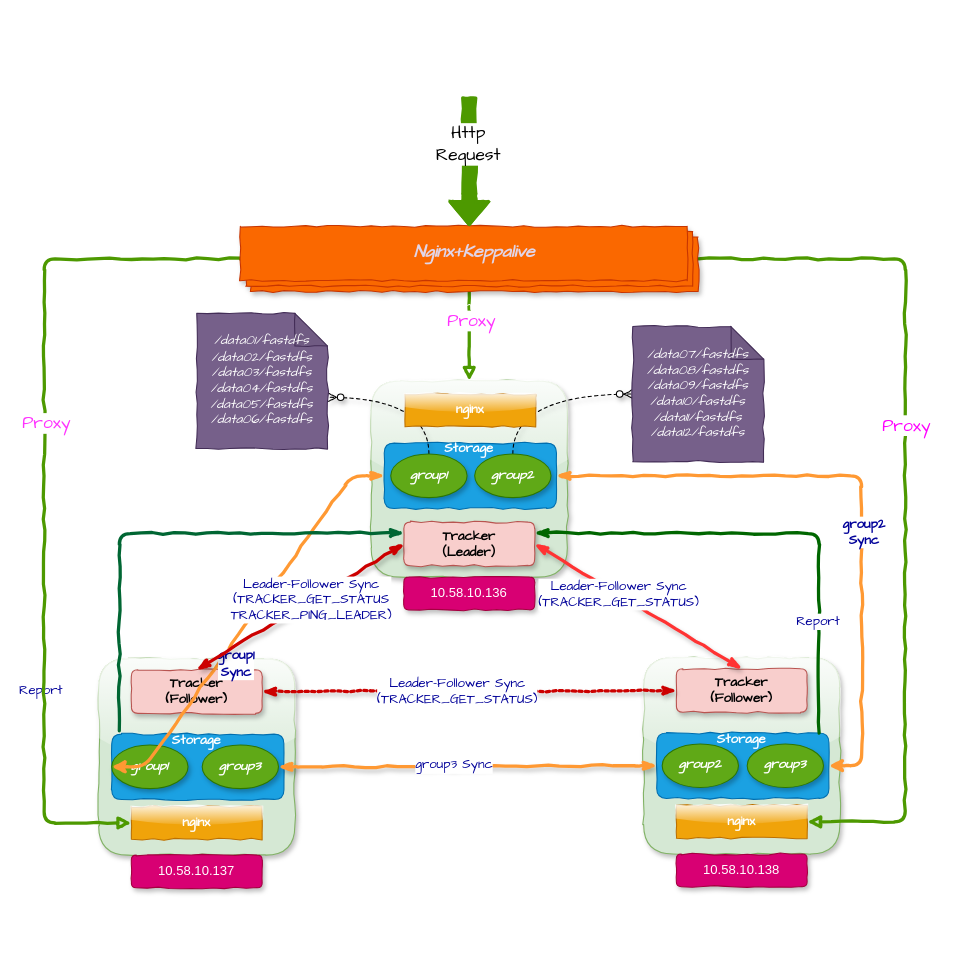
Earlier version of the draw.io diagram 高可用Fastdfs将结构图.drawio (gumuqi/draw.io). Source tidied: cells renumbered, new cells numbered last; positions are measured from the earlier drawing's top-left corner, leaving out a move shared by most shapes. Both pictures are drawn from the tidied source at 109%, with x=0, y=0 at pixel (44, 96).
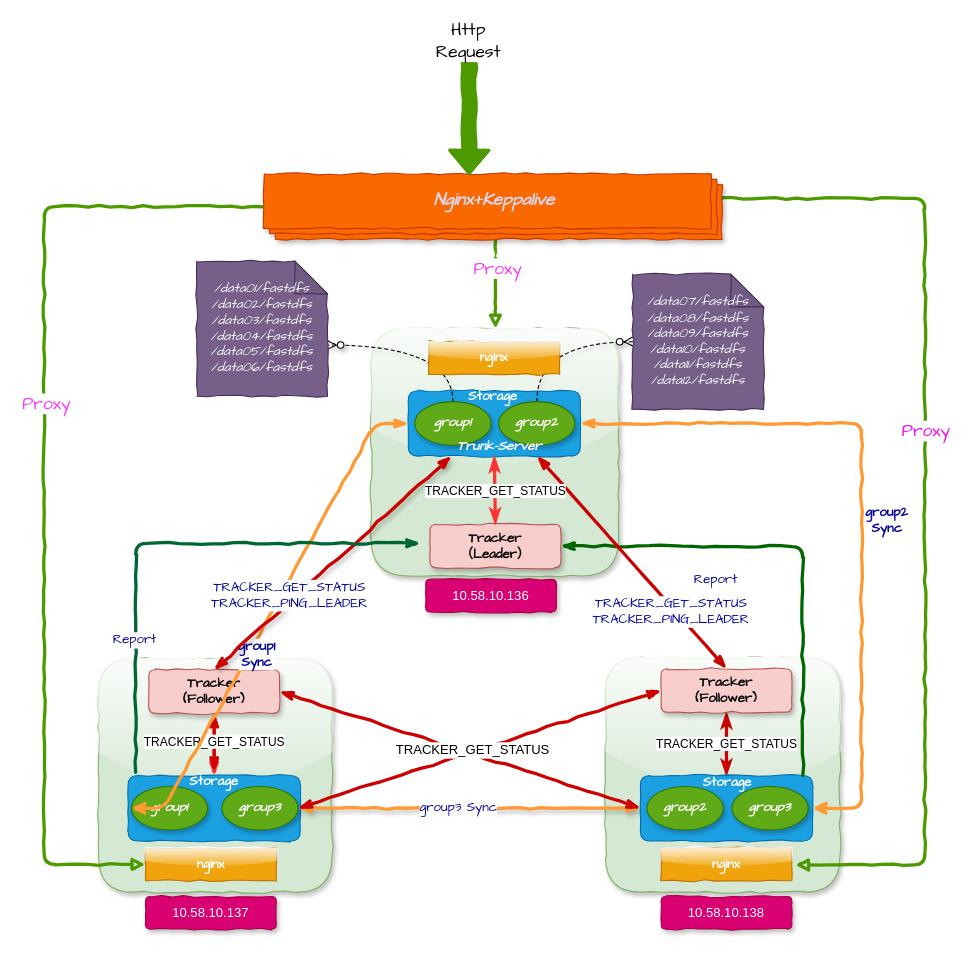
The same page after the edit.

Diff of the diagram source:
```diff
@@
     <mxCell id="2" style="whiteSpace=wrap;html=1;fillColor=#d5e8d4;strokeColor=#82b366;rounded=1;shadow=1;comic=1;glass=1;" parent="1" vertex="1">
-      <mxGeometry x="300" y="261" width="180" height="180" as="geometry" />
+      <mxGeometry x="300" y="213" width="227" height="227" as="geometry" />
     </mxCell>
     <mxCell id="3" style="rounded=1;whiteSpace=wrap;html=1;fillColor=#1ba1e2;strokeColor=#006EAF;fontColor=#ffffff;comic=1;" parent="1" vertex="1">
-      <mxGeometry x="312" y="318" width="158" height="60" as="geometry" />
+      <mxGeometry x="334" y="270" width="158" height="60" as="geometry" />
     </mxCell>
     <mxCell id="4" value="10.58.10.136" style="rounded=1;whiteSpace=wrap;html=1;fillColor=#d80073;strokeColor=#A50040;fontColor=#ffffff;shadow=1;comic=1;" parent="1" vertex="1">
-      <mxGeometry x="330" y="441" width="120" height="30" as="geometry" />
+      <mxGeometry x="350" y="443" width="120" height="30" as="geometry" />
     </mxCell>
     <mxCell id="5" value="Tracker&lt;br&gt;（Leader）&lt;br&gt;" style="rounded=1;whiteSpace=wrap;html=1;fillColor=#f8cecc;strokeColor=#b85450;shadow=1;comic=1;fontStyle=1;fontFamily=Comic Sans MS;" parent="1" vertex="1">
-      <mxGeometry x="330" y="390.5" width="120" height="40" as="geometry" />
+      <mxGeometry x="354" y="392.5" width="120" height="40" as="geometry" />
     </mxCell>
@@
     <mxCell id="7" value="group1" style="ellipse;whiteSpace=wrap;html=1;fillColor=#60a917;strokeColor=#2D7600;fontColor=#ffffff;shadow=1;fontStyle=3;fontFamily=Comic Sans MS;" parent="1" vertex="1">
-      <mxGeometry x="318" y="328" width="70" height="40" as="geometry" />
+      <mxGeometry x="340" y="280" width="70" height="40" as="geometry" />
     </mxCell>
@@
     <mxCell id="9" value="group2" style="ellipse;whiteSpace=wrap;html=1;fillColor=#60a917;strokeColor=#2D7600;fontColor=#ffffff;shadow=1;fontStyle=3;fontFamily=Comic Sans MS;" parent="1" vertex="1">
-      <mxGeometry x="395" y="328" width="70" height="40" as="geometry" />
+      <mxGeometry x="417" y="280" width="70" height="40" as="geometry" />
     </mxCell>
     <mxCell id="10" value="&lt;font color=&quot;#ffffff&quot;&gt;Storage&lt;/font&gt;" style="text;html=1;strokeColor=none;fillColor=none;align=center;verticalAlign=middle;whiteSpace=wrap;rounded=0;fontFamily=Comic Sans MS;fontStyle=1;" parent="1" vertex="1">
-      <mxGeometry x="370" y="314" width="40" height="20" as="geometry" />
+      <mxGeometry x="392" y="266" width="40" height="20" as="geometry" />
     </mxCell>
     <mxCell id="11" value="nginx" style="rounded=0;whiteSpace=wrap;html=1;fillColor=#f0a30a;strokeColor=#BD7000;fontColor=#ffffff;fontFamily=Comic Sans MS;fontStyle=1;comic=1;glass=1;" parent="1" vertex="1">
-      <mxGeometry x="331" y="273" width="120" height="30" as="geometry" />
+      <mxGeometry x="353" y="225" width="120" height="30" as="geometry" />
     </mxCell>
     <mxCell id="12" style="whiteSpace=wrap;html=1;fillColor=#d5e8d4;strokeColor=#82b366;rounded=1;glass=1;shadow=1;comic=1;" parent="1" vertex="1">
-      <mxGeometry x="50" y="516" width="180" height="180" as="geometry" />
+      <mxGeometry x="50" y="516" width="214" height="214" as="geometry" />
     </mxCell>
+    <mxCell id="56" style="edgeStyle=orthogonalEdgeStyle;curved=1;rounded=0;jettySize=auto;html=1;exitX=0.5;exitY=0;exitDx=0;exitDy=0;entryX=0.5;entryY=1;entryDx=0;entryDy=0;shadow=0;comic=1;strokeColor=#FF3333;strokeWidth=3;startArrow=classicThin;startFill=1;endArrow=classicThin;endFill=1;" parent="1" edge="1" source="13" target="15">
+      <mxGeometry relative="1" as="geometry" />
+    </mxCell>
     <mxCell id="13" style="rounded=1;whiteSpace=wrap;html=1;fillColor=#1ba1e2;strokeColor=#006EAF;fontColor=#ffffff;comic=1;" parent="1" vertex="1">
-      <mxGeometry x="62" y="585" width="158" height="60" as="geometry" />
+      <mxGeometry x="77" y="623" width="158" height="60" as="geometry" />
     </mxCell>
     <mxCell id="14" value="10.58.10.137" style="rounded=1;whiteSpace=wrap;html=1;fillColor=#d80073;strokeColor=#A50040;fontColor=#ffffff;comic=1;shadow=1;" parent="1" vertex="1">
-      <mxGeometry x="80" y="696" width="120" height="30" as="geometry" />
+      <mxGeometry x="93" y="734" width="120" height="30" as="geometry" />
     </mxCell>
     <mxCell id="15" value="Tracker&lt;br&gt;(Follower)&lt;br&gt;" style="rounded=1;whiteSpace=wrap;html=1;fillColor=#f8cecc;strokeColor=#b85450;shadow=1;comic=1;portConstraintRotation=1;fontStyle=1;fontFamily=Comic Sans MS;" parent="1" vertex="1">
-      <mxGeometry x="80" y="526" width="120" height="40" as="geometry" />
+      <mxGeometry x="96" y="526" width="120" height="40" as="geometry" />
     </mxCell>
     <mxCell id="16" value="group1" style="ellipse;whiteSpace=wrap;html=1;fillColor=#60a917;strokeColor=#2D7600;fontColor=#ffffff;shadow=1;fontFamily=Comic Sans MS;fontStyle=3;" parent="1" vertex="1">
-      <mxGeometry x="62" y="595" width="70" height="40" as="geometry" />
+      <mxGeometry x="80" y="633" width="70" height="40" as="geometry" />
     </mxCell>
     <mxCell id="17" value="group3" style="ellipse;whiteSpace=wrap;html=1;fillColor=#60a917;strokeColor=#2D7600;fontColor=#ffffff;shadow=1;fontFamily=Comic Sans MS;fontStyle=3;" parent="1" vertex="1">
-      <mxGeometry x="145" y="595" width="70" height="40" as="geometry" />
+      <mxGeometry x="163" y="633" width="70" height="40" as="geometry" />
     </mxCell>
+    <mxCell id="57" value="&lt;span&gt;TRACKER_GET_STATUS&lt;/span&gt;" style="edgeStyle=orthogonalEdgeStyle;curved=1;rounded=0;comic=1;jettySize=auto;html=1;shadow=0;startArrow=classicThin;startFill=1;endArrow=classicThin;endFill=1;strokeColor=#CC0000;strokeWidth=3;" parent="1" edge="1" source="18" target="15">
+      <mxGeometry relative="1" as="geometry" />
+    </mxCell>
     <mxCell id="18" value="&lt;font color=&quot;#ffffff&quot;&gt;Storage&lt;/font&gt;" style="text;html=1;strokeColor=none;fillColor=none;align=center;verticalAlign=middle;whiteSpace=wrap;rounded=0;fontFamily=Comic Sans MS;fontStyle=1;" parent="1" vertex="1">
-      <mxGeometry x="120" y="582" width="40" height="20" as="geometry" />
+      <mxGeometry x="136" y="619" width="40" height="20" as="geometry" />
     </mxCell>
     <mxCell id="19" value="nginx" style="rounded=0;whiteSpace=wrap;html=1;fillColor=#f0a30a;strokeColor=#BD7000;fontColor=#ffffff;fontFamily=Comic Sans MS;fontStyle=1;comic=1;shadow=0;glass=1;" parent="1" vertex="1">
-      <mxGeometry x="80" y="651.5" width="120" height="30" as="geometry" />
+      <mxGeometry x="93" y="689.5" width="120" height="30" as="geometry" />
     </mxCell>
     <mxCell id="20" style="whiteSpace=wrap;html=1;fillColor=#d5e8d4;strokeColor=#82b366;rounded=1;shadow=1;comic=1;glass=1;" parent="1" vertex="1">
-      <mxGeometry x="550" y="515" width="180" height="180" as="geometry" />
+      <mxGeometry x="515" y="515" width="215" height="215" as="geometry" />
     </mxCell>
+    <mxCell id="58" value="&lt;span&gt;TRACKER_GET_STATUS&lt;/span&gt;" style="edgeStyle=orthogonalEdgeStyle;curved=1;rounded=0;jettySize=auto;html=1;exitX=0.5;exitY=0;exitDx=0;exitDy=0;entryX=0.5;entryY=1;entryDx=0;entryDy=0;shadow=0;strokeColor=#CC0000;strokeWidth=3;startArrow=classicThin;startFill=1;endArrow=classicThin;endFill=1;" parent="1" edge="1" source="21" target="23">
+      <mxGeometry relative="1" as="geometry" />
+    </mxCell>
     <mxCell id="21" style="rounded=1;whiteSpace=wrap;html=1;fillColor=#1ba1e2;strokeColor=#006EAF;fontColor=#ffffff;comic=1;" parent="1" vertex="1">
-      <mxGeometry x="562" y="584" width="158" height="60" as="geometry" />
+      <mxGeometry x="547" y="623" width="158" height="60" as="geometry" />
     </mxCell>
     <mxCell id="22" value="10.58.10.138" style="rounded=1;whiteSpace=wrap;html=1;fillColor=#d80073;strokeColor=#A50040;fontColor=#ffffff;shadow=1;comic=1;" parent="1" vertex="1">
-      <mxGeometry x="580" y="695" width="120" height="30" as="geometry" />
+      <mxGeometry x="566" y="734" width="120" height="30" as="geometry" />
     </mxCell>
     <mxCell id="23" value="Tracker&lt;br&gt;(Follower)&lt;br&gt;" style="rounded=1;whiteSpace=wrap;html=1;fillColor=#f8cecc;strokeColor=#b85450;shadow=1;comic=1;fontStyle=1;fontFamily=Comic Sans MS;" parent="1" vertex="1">
-      <mxGeometry x="580" y="525" width="120" height="40" as="geometry" />
+      <mxGeometry x="566" y="525" width="120" height="40" as="geometry" />
     </mxCell>
     <mxCell id="24" value="group2" style="ellipse;whiteSpace=wrap;html=1;fillColor=#60a917;strokeColor=#2D7600;fontColor=#ffffff;shadow=1;fontFamily=Comic Sans MS;fontStyle=3;" parent="1" vertex="1">
-      <mxGeometry x="567" y="594" width="70" height="40" as="geometry" />
+      <mxGeometry x="553" y="633" width="70" height="40" as="geometry" />
     </mxCell>
     <mxCell id="25" value="group3" style="ellipse;whiteSpace=wrap;html=1;fillColor=#60a917;strokeColor=#2D7600;fontColor=#ffffff;shadow=1;fontFamily=Comic Sans MS;fontStyle=3;" parent="1" vertex="1">
-      <mxGeometry x="645" y="594" width="70" height="40" as="geometry" />
+      <mxGeometry x="631" y="633" width="70" height="40" as="geometry" />
     </mxCell>
     <mxCell id="26" value="&lt;font color=&quot;#ffffff&quot;&gt;Storage&lt;/font&gt;" style="text;html=1;strokeColor=none;fillColor=none;align=center;verticalAlign=middle;whiteSpace=wrap;rounded=0;fontFamily=Comic Sans MS;fontStyle=1;" parent="1" vertex="1">
-      <mxGeometry x="620" y="581" width="40" height="20" as="geometry" />
+      <mxGeometry x="607" y="620" width="40" height="20" as="geometry" />
     </mxCell>
     <mxCell id="27" value="nginx" style="rounded=0;whiteSpace=wrap;html=1;fillColor=#f0a30a;strokeColor=#BD7000;fontColor=#ffffff;fontFamily=Comic Sans MS;fontStyle=1;comic=1;glass=1;" parent="1" vertex="1">
-      <mxGeometry x="580" y="650.5" width="120" height="30" as="geometry" />
+      <mxGeometry x="566" y="689.5" width="120" height="30" as="geometry" />
     </mxCell>
     <mxCell id="28" value="/data07/fastdfs&lt;br&gt;/data08/fastdfs&lt;br&gt;/data09/fastdfs&lt;br&gt;/data10/fastdfs&lt;br&gt;/data11/fastdfs&lt;br&gt;/data12/fastdfs&lt;br&gt;" style="shape=note;whiteSpace=wrap;html=1;backgroundOutline=1;darkOpacity=0.05;fillColor=#76608a;strokeColor=#432D57;fontColor=#ffffff;fontFamily=Comic Sans MS;fontStyle=2;align=center;comic=1;" parent="1" vertex="1">
-      <mxGeometry x="540" y="211" width="120" height="124" as="geometry" />
+      <mxGeometry x="540" y="163" width="120" height="124" as="geometry" />
     </mxCell>
     <mxCell id="29" value="/data01/fastdfs&lt;br&gt;/data02/fastdfs&lt;br&gt;/data03/fastdfs&lt;br&gt;/data04/fastdfs&lt;br&gt;/data05/fastdfs&lt;br&gt;/data06/fastdfs&lt;br&gt;" style="shape=note;whiteSpace=wrap;html=1;backgroundOutline=1;darkOpacity=0.05;fillColor=#76608a;strokeColor=#432D57;fontColor=#ffffff;fontFamily=Comic Sans MS;fontStyle=2;align=center;comic=1;" parent="1" vertex="1">
-      <mxGeometry x="140" y="199" width="120" height="124" as="geometry" />
+      <mxGeometry x="140" y="151" width="120" height="124" as="geometry" />
     </mxCell>
@@
-    <mxCell id="36" style="rounded=1;comic=1;jettySize=auto;html=1;exitX=0;exitY=0.5;exitDx=0;exitDy=0;entryX=0.5;entryY=0;entryDx=0;entryDy=0;shadow=1;startArrow=classicThin;startFill=1;endArrow=classicThin;endFill=1;strokeColor=#CC0000;strokeWidth=3;fontFamily=Comic Sans MS;fontColor=#000099;" parent="1" edge="1" source="5" target="15">
+    <mxCell id="36" style="rounded=1;comic=1;jettySize=auto;html=1;exitX=0.25;exitY=1;exitDx=0;exitDy=0;entryX=0.5;entryY=0;entryDx=0;entryDy=0;shadow=1;startArrow=classicThin;startFill=1;endArrow=classicThin;endFill=1;strokeColor=#CC0000;strokeWidth=3;fontFamily=Comic Sans MS;fontColor=#000099;" parent="1" edge="1" source="3" target="15">
       <mxGeometry relative="1" as="geometry" />
     </mxCell>
-    <mxCell id="37" value="Leader-Follower Sync&lt;br&gt;(&lt;span&gt;TRACKER_GET_STATUS&lt;br&gt;&lt;/span&gt;&lt;span&gt;TRACKER_PING_LEADER&lt;/span&gt;)&lt;br&gt;" style="text;html=1;align=center;verticalAlign=middle;labelBackgroundColor=#ffffff;fontFamily=Comic Sans MS;fontColor=#000099;" parent="36" vertex="1">
-      <mxGeometry x="-0.11" y="-1" relative="1" as="geometry" />
+    <mxCell id="37" value="&lt;span&gt;TRACKER_GET_STATUS&lt;br&gt;&lt;/span&gt;&lt;span&gt;TRACKER_PING_LEADER&lt;/span&gt;&lt;br&gt;" style="text;html=1;align=center;verticalAlign=middle;labelBackgroundColor=#ffffff;fontFamily=Comic Sans MS;fontColor=#000099;" parent="36" vertex="1">
+      <mxGeometry x="-0.11" y="-1" relative="1" as="geometry">
+        <mxPoint x="-51.5" y="41.5" as="offset" />
+      </mxGeometry>
     </mxCell>
-    <mxCell id="38" style="rounded=1;comic=1;jettySize=auto;html=1;exitX=1;exitY=0.5;exitDx=0;exitDy=0;entryX=0.5;entryY=0;entryDx=0;entryDy=0;shadow=1;startArrow=classicThin;startFill=1;endArrow=classicThin;endFill=1;strokeColor=#FF3333;strokeWidth=3;fontFamily=Comic Sans MS;fontColor=#000099;" parent="1" edge="1" source="5" target="23">
-      <mxGeometry relative="1" as="geometry" />
-    </mxCell>
-    <mxCell id="39" value="Leader-Follower Sync&lt;br&gt;(&lt;span&gt;TRACKER_GET_STATUS&lt;/span&gt;)&lt;br&gt;" style="text;html=1;align=center;verticalAlign=middle;labelBackgroundColor=#ffffff;fontFamily=Comic Sans MS;fontColor=#000099;" parent="38" vertex="1">
-      <mxGeometry x="-0.2" relative="1" as="geometry" />
-    </mxCell>
-    <mxCell id="40" style="rounded=1;comic=1;jettySize=auto;html=1;exitX=1;exitY=0.5;exitDx=0;exitDy=0;entryX=0;entryY=0.5;entryDx=0;entryDy=0;shadow=1;startArrow=classicThin;startFill=1;endArrow=classicThin;endFill=1;strokeColor=#CC0000;strokeWidth=3;fontFamily=Comic Sans MS;fontColor=#000099;dashed=1;dashPattern=1 1;" parent="1" edge="1" source="15" target="23">
-      <mxGeometry relative="1" as="geometry" />
-    </mxCell>
-    <mxCell id="41" value="Leader-Follower Sync&lt;br&gt;(&lt;span&gt;TRACKER_GET_STATUS&lt;/span&gt;)&lt;br&gt;" style="text;html=1;align=center;verticalAlign=middle;labelBackgroundColor=#ffffff;fontFamily=Comic Sans MS;fontColor=#000099;" parent="40" vertex="1">
-      <mxGeometry x="-0.06" relative="1" as="geometry" />
-    </mxCell>
-    <mxCell id="42" style="edgeStyle=elbowEdgeStyle;rounded=1;comic=1;jettySize=auto;html=1;exitX=0;exitY=0.25;exitDx=0;exitDy=0;shadow=0;startArrow=classicThin;startFill=1;endArrow=none;endFill=0;strokeColor=#006633;strokeWidth=3;fontFamily=Comic Sans MS;fontColor=#000099;elbow=vertical;entryX=0.044;entryY=-0.05;entryDx=0;entryDy=0;entryPerimeter=0;" parent="1" edge="1" source="5" target="13">
+    <mxCell id="42" style="edgeStyle=elbowEdgeStyle;rounded=1;comic=1;jettySize=auto;html=1;shadow=0;startArrow=classicThin;startFill=1;endArrow=none;endFill=0;strokeColor=#006633;strokeWidth=3;fontFamily=Comic Sans MS;fontColor=#000099;elbow=vertical;entryX=0.044;entryY=-0.05;entryDx=0;entryDy=0;entryPerimeter=0;" parent="1" edge="1" target="13">
       <mxGeometry relative="1" as="geometry">
+        <mxPoint x="345" y="410" as="sourcePoint" />
         <Array as="points">
-          <mxPoint x="190" y="401" />
+          <mxPoint x="215" y="410" />
           <mxPoint x="50" y="440" />
           <mxPoint x="160" y="401" />
           <mxPoint x="280" y="401" />
           <mxPoint x="170" y="411" />
         </Array>
       </mxGeometry>
     </mxCell>
@@
-    <mxCell id="44" style="edgeStyle=elbowEdgeStyle;rounded=1;comic=1;jettySize=auto;elbow=vertical;html=1;exitX=1;exitY=0.25;exitDx=0;exitDy=0;entryX=0.943;entryY=0;entryDx=0;entryDy=0;shadow=0;startArrow=classicThin;startFill=1;endArrow=none;endFill=0;strokeColor=#006600;strokeWidth=3;fontFamily=Comic Sans MS;fontColor=#000099;entryPerimeter=0;" parent="1" edge="1" source="5" target="21">
+    <mxCell id="44" style="edgeStyle=elbowEdgeStyle;rounded=1;comic=1;jettySize=auto;elbow=vertical;html=1;entryX=0.943;entryY=0;entryDx=0;entryDy=0;shadow=0;startArrow=classicThin;startFill=1;endArrow=none;endFill=0;strokeColor=#006600;strokeWidth=3;fontFamily=Comic Sans MS;fontColor=#000099;entryPerimeter=0;exitX=1;exitY=0.5;exitDx=0;exitDy=0;" parent="1" edge="1" source="5" target="21">
       <mxGeometry relative="1" as="geometry">
         <Array as="points">
-          <mxPoint x="620" y="401" />
+          <mxPoint x="485" y="413" />
+          <mxPoint x="585" y="413" />
         </Array>
       </mxGeometry>
     </mxCell>
@@
-    <mxCell id="50" style="edgeStyle=orthogonalEdgeStyle;rounded=1;comic=1;jettySize=auto;html=1;entryX=1;entryY=0.5;entryDx=0;entryDy=0;shadow=0;startArrow=none;startFill=0;endArrow=block;endFill=0;strokeColor=#4D9900;strokeWidth=3;fontFamily=Comic Sans MS;fontSize=16;fontColor=#E1D5E7;" parent="1" edge="1" source="52" target="27">
+    <mxCell id="50" style="edgeStyle=orthogonalEdgeStyle;rounded=1;comic=1;jettySize=auto;html=1;shadow=0;startArrow=none;startFill=0;endArrow=block;endFill=0;strokeColor=#4D9900;strokeWidth=3;fontFamily=Comic Sans MS;fontSize=16;fontColor=#E1D5E7;entryX=1;entryY=0.5;entryDx=0;entryDy=0;exitX=0;exitY=0;exitDx=420;exitDy=22.5;exitPerimeter=0;" parent="1" edge="1" source="52">
       <mxGeometry relative="1" as="geometry">
+        <mxPoint x="689" y="705" as="targetPoint" />
         <Array as="points">
-          <mxPoint x="790" y="149" />
-          <mxPoint x="790" y="666" />
+          <mxPoint x="808" y="94" />
+          <mxPoint x="808" y="705" />
         </Array>
       </mxGeometry>
     </mxCell>
@@
     <mxCell id="52" value="nngi" style="verticalLabelPosition=bottom;verticalAlign=top;html=1;shape=mxgraph.basic.layered_rect;dx=10;outlineConnect=0;rounded=1;shadow=1;glass=1;comic=1;fontFamily=Comic Sans MS;fontColor=#ffffff;align=center;fillColor=#fa6800;strokeColor=#C73500;" parent="1" vertex="1">
-      <mxGeometry x="180" y="119" width="420" height="60" as="geometry" />
+      <mxGeometry x="202" y="71" width="420" height="60" as="geometry" />
     </mxCell>
     <mxCell id="53" value="Nginx+Keppalive" style="text;html=1;strokeColor=none;fillColor=none;align=center;verticalAlign=middle;whiteSpace=wrap;rounded=0;shadow=0;glass=1;comic=1;fontFamily=Comic Sans MS;fontColor=#E1D5E7;fontStyle=3;fontSize=16;" parent="1" vertex="1">
-      <mxGeometry x="336" y="133" width="118" height="20" as="geometry" />
+      <mxGeometry x="354" y="85" width="118" height="20" as="geometry" />
     </mxCell>
     <mxCell id="54" style="shape=flexArrow;endArrow=classic;html=1;shadow=0;strokeColor=#4D9900;strokeWidth=3;fontFamily=Comic Sans MS;fontSize=16;fontColor=#FF33FF;comic=1;fillColor=#4D9900;" parent="1" edge="1">
       <mxGeometry relative="1" as="geometry">
-        <mxPoint x="390" as="sourcePoint" />
-        <mxPoint x="390" y="119" as="targetPoint" />
+        <mxPoint x="390" y="-47" as="sourcePoint" />
+        <mxPoint x="390" y="72" as="targetPoint" />
         <Array as="points">
-          <mxPoint x="390" y="89" />
+          <mxPoint x="390" y="42" />
         </Array>
       </mxGeometry>
     </mxCell>
     <mxCell id="55" value="&lt;font color=&quot;#000000&quot;&gt;Http&lt;br&gt;Request&lt;/font&gt;" style="text;html=1;align=center;verticalAlign=middle;labelBackgroundColor=#ffffff;fontSize=16;fontFamily=Comic Sans MS;fontColor=#FF33FF;" parent="54" vertex="1">
       <mxGeometry x="0.25" y="-31" relative="1" as="geometry">
-        <mxPoint x="29" y="-31" as="offset" />
+        <mxPoint x="29" y="-79" as="offset" />
       </mxGeometry>
     </mxCell>
+    <mxCell id="38" style="rounded=1;comic=1;jettySize=auto;html=1;entryX=0.5;entryY=0;entryDx=0;entryDy=0;shadow=0;startArrow=classicThin;startFill=1;endArrow=classicThin;endFill=1;strokeColor=#CC0000;strokeWidth=3;fontFamily=Comic Sans MS;fontColor=#000099;exitX=0.75;exitY=1;exitDx=0;exitDy=0;" parent="1" edge="1" source="3" target="23">
+      <mxGeometry relative="1" as="geometry" />
+    </mxCell>
+    <mxCell id="39" value="&lt;span&gt;TRACKER_GET_STATUS&lt;br&gt;&lt;/span&gt;TRACKER_PING_LEADER&lt;br&gt;" style="text;html=1;align=center;verticalAlign=middle;labelBackgroundColor=#ffffff;fontFamily=Comic Sans MS;fontColor=#000099;" parent="38" vertex="1">
+      <mxGeometry x="-0.2" relative="1" as="geometry">
+        <mxPoint x="52.5" y="64.5" as="offset" />
+      </mxGeometry>
+    </mxCell>
+    <mxCell id="59" value="&lt;span&gt;TRACKER_GET_STATUS&lt;/span&gt;" style="rounded=0;jettySize=auto;html=1;exitX=0.5;exitY=0;exitDx=0;exitDy=0;shadow=0;strokeColor=#FF3333;strokeWidth=3;startArrow=classicThin;startFill=1;endArrow=classicThin;endFill=1;entryX=0.5;entryY=1;entryDx=0;entryDy=0;" parent="1" edge="1" source="5" target="3">
+      <mxGeometry relative="1" as="geometry" />
+    </mxCell>
+    <mxCell id="60" style="edgeStyle=none;rounded=0;comic=1;jettySize=auto;html=1;exitX=1;exitY=0.5;exitDx=0;exitDy=0;entryX=0;entryY=0.5;entryDx=0;entryDy=0;shadow=0;startArrow=classicThin;startFill=1;endArrow=classicThin;endFill=1;strokeColor=#CC0000;strokeWidth=3;" parent="1" edge="1" source="15" target="21">
+      <mxGeometry relative="1" as="geometry" />
+    </mxCell>
+    <mxCell id="61" style="edgeStyle=none;rounded=0;comic=1;jettySize=auto;html=1;exitX=0;exitY=0.5;exitDx=0;exitDy=0;entryX=1;entryY=0.5;entryDx=0;entryDy=0;shadow=0;startArrow=classicThin;startFill=1;endArrow=classicThin;endFill=1;strokeColor=#CC0000;strokeWidth=3;" parent="1" edge="1" source="23" target="17">
+      <mxGeometry relative="1" as="geometry" />
+    </mxCell>
+    <mxCell id="62" value="&lt;span&gt;TRACKER_GET_STATUS&lt;/span&gt;" style="text;html=1;align=center;verticalAlign=middle;labelBackgroundColor=#ffffff;" parent="61" vertex="1">
+      <mxGeometry x="0.22" y="1" relative="1" as="geometry">
+        <mxPoint x="29.5" y="-12" as="offset" />
+      </mxGeometry>
+    </mxCell>
+    <mxCell id="63" value="&lt;font color=&quot;#ffffff&quot;&gt;Trunk-Server&lt;/font&gt;" style="text;html=1;strokeColor=none;fillColor=none;align=center;verticalAlign=middle;whiteSpace=wrap;rounded=0;fontFamily=Comic Sans MS;fontStyle=3;" parent="1" vertex="1">
+      <mxGeometry x="373" y="312" width="90" height="20" as="geometry" />
+    </mxCell>
```
